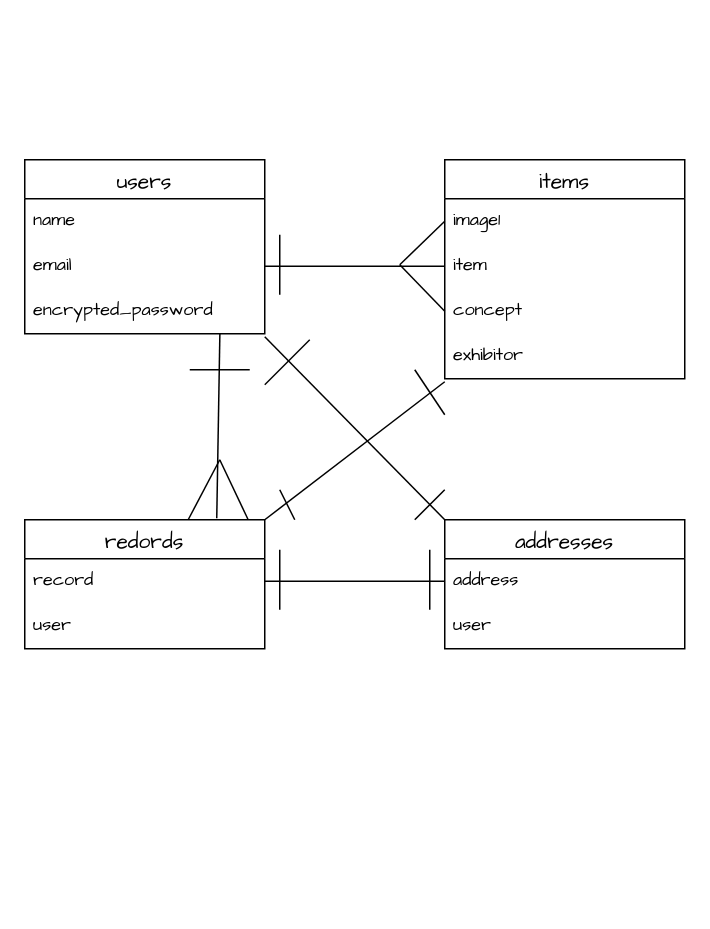
Before: furima.dio in 310Wakana/furima-40149, a draw.io diagram. Source tidied: cells renumbered, new cells numbered last; positions are measured from the earlier drawing's top-left corner, leaving out a move shared by most shapes. Both pictures are drawn from the tidied source at 150%, with x=0, y=0 at pixel (24, 159).
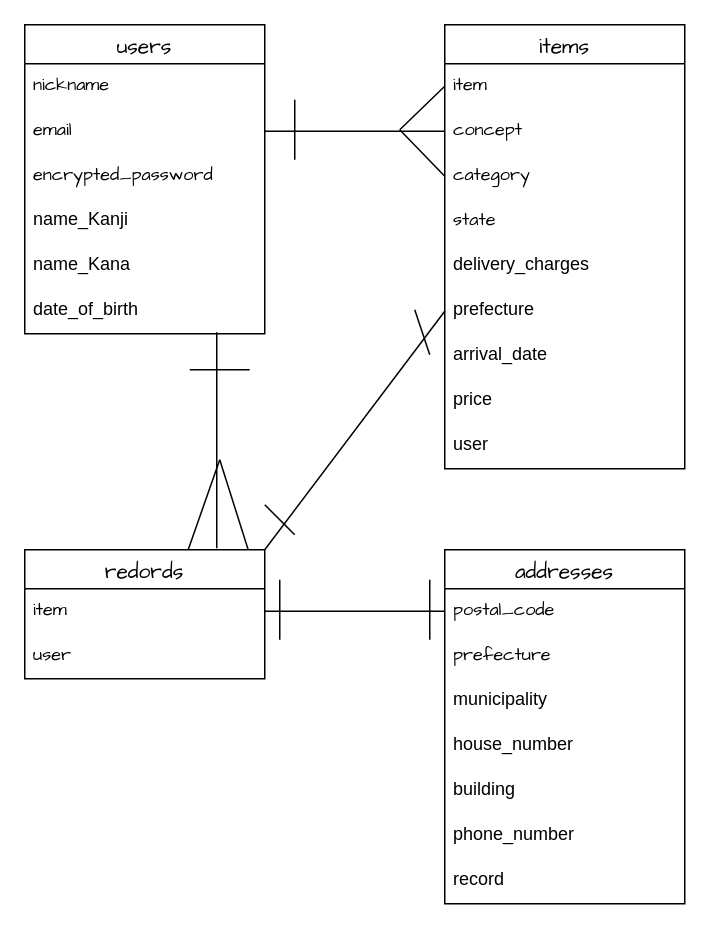
Above is the later version.

The change refers to these unchanged cells:
```xml
<mxCell id="5" value="encrypted_password" style="text;strokeColor=none;fillColor=none;spacingLeft=4;spacingRight=4;overflow=hidden;points=[[0,0.5],[1,0.5]];portConstraint=eastwest;fontSize=12;hachureGap=4;fontFamily=Architects Daughter;" parent="2" vertex="1">
  <mxGeometry y="86" width="160" height="30" as="geometry" />
</mxCell>
```

Change to the diagram source:
```diff
@@
     <mxCell id="2" value="users" style="swimlane;fontStyle=0;horizontal=1;startSize=26;align=center;fontSize=14;hachureGap=4;fontFamily=Architects Daughter;" parent="1" vertex="1">
-      <mxGeometry width="160" height="116" as="geometry" />
+      <mxGeometry y="-90" width="160" height="206" as="geometry" />
     </mxCell>
-    <mxCell id="3" value="name" style="text;strokeColor=none;fillColor=none;spacingLeft=4;spacingRight=4;overflow=hidden;fontSize=12;hachureGap=4;fontFamily=Architects Daughter;" parent="2" vertex="1">
+    <mxCell id="3" value="nickname" style="text;strokeColor=none;fillColor=none;spacingLeft=4;spacingRight=4;overflow=hidden;fontSize=12;hachureGap=4;fontFamily=Architects Daughter;" parent="2" vertex="1">
       <mxGeometry y="26" width="160" height="30" as="geometry" />
     </mxCell>
@@
+    <mxCell id="34" value="name_Kanji" style="text;strokeColor=none;fillColor=none;spacingLeft=4;spacingRight=4;overflow=hidden;fontSize=12;" parent="2" vertex="1">
+      <mxGeometry y="116" width="160" height="30" as="geometry" />
+    </mxCell>
+    <mxCell id="35" value="name_Kana" style="text;strokeColor=none;fillColor=none;spacingLeft=4;spacingRight=4;overflow=hidden;fontSize=12;" parent="2" vertex="1">
+      <mxGeometry y="146" width="160" height="30" as="geometry" />
+    </mxCell>
+    <mxCell id="36" value="date_of_birth" style="text;strokeColor=none;fillColor=none;spacingLeft=4;spacingRight=4;overflow=hidden;points=[[0,0.5],[1,0.5]];portConstraint=eastwest;fontSize=12;" parent="2" vertex="1">
+      <mxGeometry y="176" width="160" height="30" as="geometry" />
+    </mxCell>
     <mxCell id="6" value="items" style="swimlane;fontStyle=0;horizontal=1;startSize=26;align=center;fontSize=14;hachureGap=4;fontFamily=Architects Daughter;" parent="1" vertex="1">
-      <mxGeometry x="280" width="160" height="146" as="geometry" />
+      <mxGeometry x="280" y="-90" width="160" height="296" as="geometry" />
     </mxCell>
-    <mxCell id="7" value="image1" style="text;strokeColor=none;fillColor=none;spacingLeft=4;spacingRight=4;overflow=hidden;points=[[0,0.5],[1,0.5]];portConstraint=eastwest;fontSize=12;hachureGap=4;fontFamily=Architects Daughter;" parent="6" vertex="1">
+    <mxCell id="7" value="item" style="text;strokeColor=none;fillColor=none;spacingLeft=4;spacingRight=4;overflow=hidden;points=[[0,0.5],[1,0.5]];portConstraint=eastwest;fontSize=12;hachureGap=4;fontFamily=Architects Daughter;" parent="6" vertex="1">
       <mxGeometry y="26" width="160" height="30" as="geometry" />
     </mxCell>
-    <mxCell id="8" value="item" style="text;strokeColor=none;fillColor=none;spacingLeft=4;spacingRight=4;overflow=hidden;points=[[0,0.5],[1,0.5]];portConstraint=eastwest;fontSize=12;hachureGap=4;fontFamily=Architects Daughter;" parent="6" vertex="1">
+    <mxCell id="8" value="concept" style="text;strokeColor=none;fillColor=none;spacingLeft=4;spacingRight=4;overflow=hidden;points=[[0,0.5],[1,0.5]];portConstraint=eastwest;fontSize=12;hachureGap=4;fontFamily=Architects Daughter;" parent="6" vertex="1">
       <mxGeometry y="56" width="160" height="30" as="geometry" />
     </mxCell>
-    <mxCell id="9" value="concept" style="text;strokeColor=none;fillColor=none;spacingLeft=4;spacingRight=4;overflow=hidden;points=[[0,0.5],[1,0.5]];portConstraint=eastwest;fontSize=12;hachureGap=4;fontFamily=Architects Daughter;" parent="6" vertex="1">
+    <mxCell id="9" value="category" style="text;strokeColor=none;fillColor=none;spacingLeft=4;spacingRight=4;overflow=hidden;points=[[0,0.5],[1,0.5]];portConstraint=eastwest;fontSize=12;hachureGap=4;fontFamily=Architects Daughter;" parent="6" vertex="1">
       <mxGeometry y="86" width="160" height="30" as="geometry" />
     </mxCell>
-    <mxCell id="10" value="exhibitor" style="text;strokeColor=none;fillColor=none;spacingLeft=4;spacingRight=4;overflow=hidden;points=[[0,0.5],[1,0.5]];portConstraint=eastwest;fontSize=12;hachureGap=4;fontFamily=Architects Daughter;" parent="6" vertex="1">
+    <mxCell id="10" value="state" style="text;strokeColor=none;fillColor=none;spacingLeft=4;spacingRight=4;overflow=hidden;points=[[0,0.5],[1,0.5]];portConstraint=eastwest;fontSize=12;hachureGap=4;fontFamily=Architects Daughter;" parent="6" vertex="1">
       <mxGeometry y="116" width="160" height="30" as="geometry" />
     </mxCell>
+    <mxCell id="37" value="delivery_charges" style="text;strokeColor=none;fillColor=none;spacingLeft=4;spacingRight=4;overflow=hidden;fontSize=12;" parent="6" vertex="1">
+      <mxGeometry y="146" width="160" height="30" as="geometry" />
+    </mxCell>
+    <mxCell id="38" value="prefecture" style="text;strokeColor=none;fillColor=none;spacingLeft=4;spacingRight=4;overflow=hidden;points=[[0,0.5],[1,0.5]];portConstraint=eastwest;fontSize=12;" parent="6" vertex="1">
+      <mxGeometry y="176" width="160" height="30" as="geometry" />
+    </mxCell>
+    <mxCell id="39" value="arrival_date" style="text;strokeColor=none;fillColor=none;spacingLeft=4;spacingRight=4;overflow=hidden;fontSize=12;" parent="6" vertex="1">
+      <mxGeometry y="206" width="160" height="30" as="geometry" />
+    </mxCell>
+    <mxCell id="40" value="price" style="text;strokeColor=none;fillColor=none;spacingLeft=4;spacingRight=4;overflow=hidden;fontSize=12;" parent="6" vertex="1">
+      <mxGeometry y="236" width="160" height="30" as="geometry" />
+    </mxCell>
+    <mxCell id="41" value="user" style="text;strokeColor=none;fillColor=none;spacingLeft=4;spacingRight=4;overflow=hidden;fontSize=12;" parent="6" vertex="1">
+      <mxGeometry y="266" width="160" height="30" as="geometry" />
+    </mxCell>
     <mxCell id="11" value="redords" style="swimlane;fontStyle=0;horizontal=1;startSize=26;align=center;fontSize=14;hachureGap=4;fontFamily=Architects Daughter;" parent="1" vertex="1">
-      <mxGeometry y="240" width="160" height="86" as="geometry" />
+      <mxGeometry y="260" width="160" height="86" as="geometry" />
     </mxCell>
-    <mxCell id="12" value="record" style="text;strokeColor=none;fillColor=none;spacingLeft=4;spacingRight=4;overflow=hidden;points=[[0,0.5],[1,0.5]];portConstraint=eastwest;fontSize=12;hachureGap=4;fontFamily=Architects Daughter;" parent="11" vertex="1">
+    <mxCell id="12" value="item" style="text;strokeColor=none;fillColor=none;spacingLeft=4;spacingRight=4;overflow=hidden;points=[[0,0.5],[1,0.5]];portConstraint=eastwest;fontSize=12;hachureGap=4;fontFamily=Architects Daughter;" parent="11" vertex="1">
       <mxGeometry y="26" width="160" height="30" as="geometry" />
     </mxCell>
@@
     <mxCell id="14" value="addresses" style="swimlane;fontStyle=0;horizontal=1;startSize=26;align=center;fontSize=14;hachureGap=4;fontFamily=Architects Daughter;" parent="1" vertex="1">
-      <mxGeometry x="280" y="240" width="160" height="86" as="geometry" />
+      <mxGeometry x="280" y="260" width="160" height="236" as="geometry" />
     </mxCell>
-    <mxCell id="15" value="address" style="text;strokeColor=none;fillColor=none;spacingLeft=4;spacingRight=4;overflow=hidden;points=[[0,0.5],[1,0.5]];portConstraint=eastwest;fontSize=12;hachureGap=4;fontFamily=Architects Daughter;" parent="14" vertex="1">
+    <mxCell id="15" value="postal_code" style="text;strokeColor=none;fillColor=none;spacingLeft=4;spacingRight=4;overflow=hidden;points=[[0,0.5],[1,0.5]];portConstraint=eastwest;fontSize=12;hachureGap=4;fontFamily=Architects Daughter;" parent="14" vertex="1">
       <mxGeometry y="26" width="160" height="30" as="geometry" />
     </mxCell>
-    <mxCell id="16" value="user" style="text;strokeColor=none;fillColor=none;spacingLeft=4;spacingRight=4;overflow=hidden;fontSize=12;hachureGap=4;fontFamily=Architects Daughter;" parent="14" vertex="1">
+    <mxCell id="16" value="prefecture" style="text;strokeColor=none;fillColor=none;spacingLeft=4;spacingRight=4;overflow=hidden;fontSize=12;hachureGap=4;fontFamily=Architects Daughter;" parent="14" vertex="1">
       <mxGeometry y="56" width="160" height="30" as="geometry" />
     </mxCell>
+    <mxCell id="42" value="municipality" style="text;strokeColor=none;fillColor=none;spacingLeft=4;spacingRight=4;overflow=hidden;fontSize=12;" parent="14" vertex="1">
+      <mxGeometry y="86" width="160" height="30" as="geometry" />
+    </mxCell>
+    <mxCell id="43" value="house_number" style="text;strokeColor=none;fillColor=none;spacingLeft=4;spacingRight=4;overflow=hidden;fontSize=12;" parent="14" vertex="1">
+      <mxGeometry y="116" width="160" height="30" as="geometry" />
+    </mxCell>
+    <mxCell id="44" value="building" style="text;strokeColor=none;fillColor=none;spacingLeft=4;spacingRight=4;overflow=hidden;fontSize=12;" parent="14" vertex="1">
+      <mxGeometry y="146" width="160" height="30" as="geometry" />
+    </mxCell>
+    <mxCell id="45" value="phone_number" style="text;strokeColor=none;fillColor=none;spacingLeft=4;spacingRight=4;overflow=hidden;fontSize=12;" parent="14" vertex="1">
+      <mxGeometry y="176" width="160" height="30" as="geometry" />
+    </mxCell>
+    <mxCell id="46" value="record" style="text;strokeColor=none;fillColor=none;spacingLeft=4;spacingRight=4;overflow=hidden;fontSize=12;" parent="14" vertex="1">
+      <mxGeometry y="206" width="160" height="30" as="geometry" />
+    </mxCell>
@@
-    <mxCell id="18" style="edgeStyle=none;html=1;exitX=0.813;exitY=1;exitDx=0;exitDy=0;entryX=0.8;entryY=-0.012;entryDx=0;entryDy=0;entryPerimeter=0;exitPerimeter=0;endArrow=none;endFill=0;" parent="1" edge="1" source="5" target="11">
+    <mxCell id="18" style="edgeStyle=none;html=1;entryX=0.8;entryY=-0.012;entryDx=0;entryDy=0;entryPerimeter=0;endArrow=none;endFill=0;exitX=0.8;exitY=0.967;exitDx=0;exitDy=0;exitPerimeter=0;" parent="1" edge="1" source="36" target="11">
       <mxGeometry relative="1" as="geometry" />
     </mxCell>
@@
-    <mxCell id="20" style="html=1;exitX=0;exitY=0.5;exitDx=0;exitDy=0;endArrow=none;endFill=0;" parent="1" edge="1" source="7">
-      <mxGeometry relative="1" as="geometry">
-        <mxPoint x="250" y="70" as="targetPoint" />
-      </mxGeometry>
-    </mxCell>
-    <mxCell id="21" style="edgeStyle=none;html=1;exitX=0;exitY=0.5;exitDx=0;exitDy=0;endArrow=none;endFill=0;" parent="1" edge="1" source="9">
-      <mxGeometry relative="1" as="geometry">
-        <mxPoint x="250" y="70" as="targetPoint" />
-      </mxGeometry>
-    </mxCell>
-    <mxCell id="22" style="endArrow=none;html=1;rounded=0;" parent="1" edge="1">
-      <mxGeometry relative="1" as="geometry">
-        <mxPoint x="170" y="50" as="sourcePoint" />
-        <mxPoint x="170" y="90" as="targetPoint" />
-      </mxGeometry>
-    </mxCell>
@@
     <mxCell id="24" style="endArrow=none;html=1;rounded=0;" parent="1" edge="1">
       <mxGeometry relative="1" as="geometry">
-        <mxPoint x="170" y="260" as="sourcePoint" />
-        <mxPoint x="170" y="300" as="targetPoint" />
+        <mxPoint x="170" y="280" as="sourcePoint" />
+        <mxPoint x="170" y="320" as="targetPoint" />
       </mxGeometry>
     </mxCell>
     <mxCell id="25" style="endArrow=none;html=1;rounded=0;" parent="1" edge="1">
       <mxGeometry relative="1" as="geometry">
-        <mxPoint x="270" y="260" as="sourcePoint" />
-        <mxPoint x="270" y="300" as="targetPoint" />
+        <mxPoint x="270" y="280" as="sourcePoint" />
+        <mxPoint x="270" y="320" as="targetPoint" />
       </mxGeometry>
     </mxCell>
-    <mxCell id="26" style="endArrow=none;html=1;rounded=0;exitX=1;exitY=1.067;exitDx=0;exitDy=0;exitPerimeter=0;entryX=0;entryY=0;entryDx=0;entryDy=0;" parent="1" edge="1" source="5" target="14">
-      <mxGeometry relative="1" as="geometry" />
-    </mxCell>
-    <mxCell id="27" style="endArrow=none;html=1;rounded=0;" parent="1" edge="1">
-      <mxGeometry relative="1" as="geometry">
-        <mxPoint x="190" y="120" as="sourcePoint" />
-        <mxPoint x="160" y="150" as="targetPoint" />
-      </mxGeometry>
-    </mxCell>
@@
-    <mxCell id="30" style="endArrow=none;html=1;rounded=0;entryX=0;entryY=1.067;entryDx=0;entryDy=0;entryPerimeter=0;exitX=1;exitY=0;exitDx=0;exitDy=0;" parent="1" edge="1" source="11" target="10">
-      <mxGeometry relative="1" as="geometry" />
-    </mxCell>
     <mxCell id="31" style="endArrow=none;html=1;rounded=0;" parent="1" edge="1">
       <mxGeometry relative="1" as="geometry">
-        <mxPoint x="280" y="220" as="sourcePoint" />
-        <mxPoint x="260" y="240" as="targetPoint" />
+        <mxPoint x="270" y="130" as="sourcePoint" />
+        <mxPoint x="260" y="100" as="targetPoint" />
       </mxGeometry>
     </mxCell>
-    <mxCell id="32" style="endArrow=none;html=1;rounded=0;" parent="1" edge="1">
+    <mxCell id="32" style="endArrow=none;html=1;rounded=0;exitX=0;exitY=0.5;exitDx=0;exitDy=0;" parent="1" edge="1" source="9">
       <mxGeometry relative="1" as="geometry">
-        <mxPoint x="280" y="170" as="sourcePoint" />
-        <mxPoint x="260" y="140" as="targetPoint" />
+        <mxPoint x="250" y="-20" as="targetPoint" />
       </mxGeometry>
     </mxCell>
     <mxCell id="33" style="endArrow=none;html=1;rounded=0;" parent="1" edge="1">
       <mxGeometry relative="1" as="geometry">
-        <mxPoint x="180" y="240" as="sourcePoint" />
-        <mxPoint x="170" y="220" as="targetPoint" />
+        <mxPoint x="180" y="250" as="sourcePoint" />
+        <mxPoint x="160" y="230" as="targetPoint" />
       </mxGeometry>
     </mxCell>
+    <mxCell id="47" style="endArrow=none;html=1;rounded=0;exitX=0;exitY=0.5;exitDx=0;exitDy=0;" parent="1" edge="1" source="7">
+      <mxGeometry relative="1" as="geometry">
+        <mxPoint x="250" y="-20" as="targetPoint" />
+      </mxGeometry>
+    </mxCell>
+    <mxCell id="48" style="endArrow=none;html=1;" parent="1" edge="1">
+      <mxGeometry relative="1" as="geometry">
+        <mxPoint x="180" as="sourcePoint" />
+        <mxPoint x="180" y="-40" as="targetPoint" />
+        <Array as="points">
+          <mxPoint x="180" y="-10" />
+          <mxPoint x="180" y="-20" />
+        </Array>
+      </mxGeometry>
+    </mxCell>
+    <mxCell id="49" style="html=1;exitX=1;exitY=0;exitDx=0;exitDy=0;entryX=0;entryY=0.5;entryDx=0;entryDy=0;endArrow=none;endFill=0;" parent="1" edge="1" source="11" target="38">
+      <mxGeometry relative="1" as="geometry" />
+    </mxCell>
```
